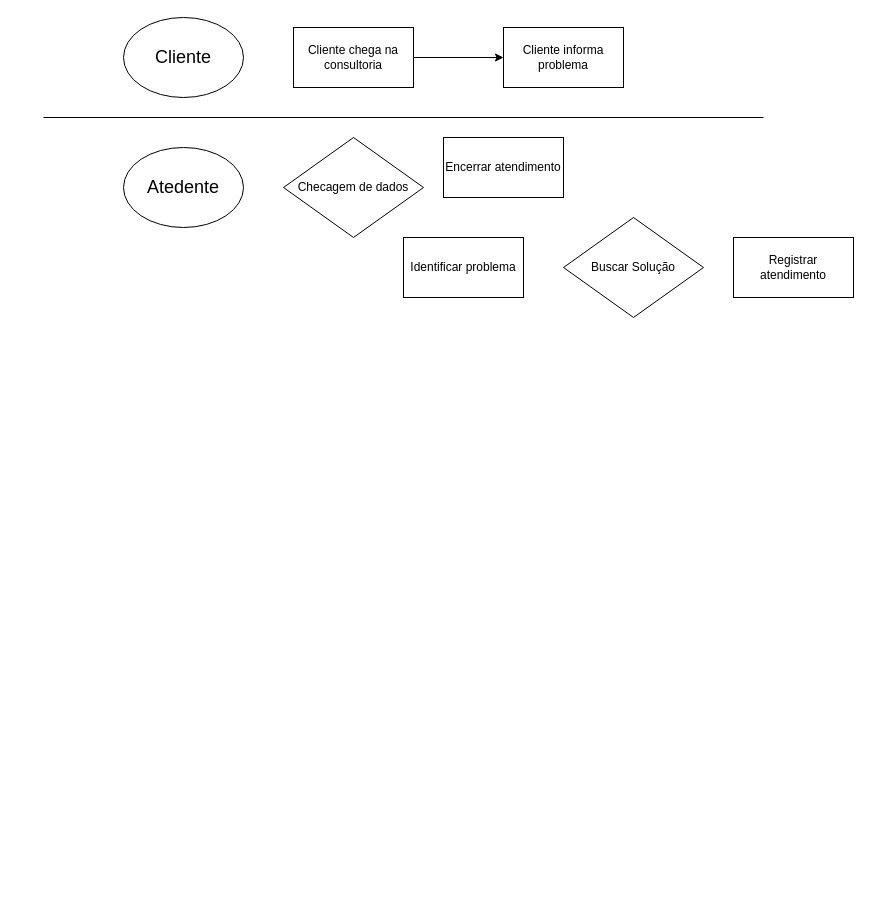
Thiago163/caneta keeps this draw.io diagram as fluxograma.drawio. Above is the earlier version. Source tidied: cells renumbered, new cells numbered last; positions are measured from the earlier drawing's top-left corner, leaving out a move shared by most shapes. Both pictures are drawn from the tidied source at 100%, with x=0, y=0 at pixel (43, 17).
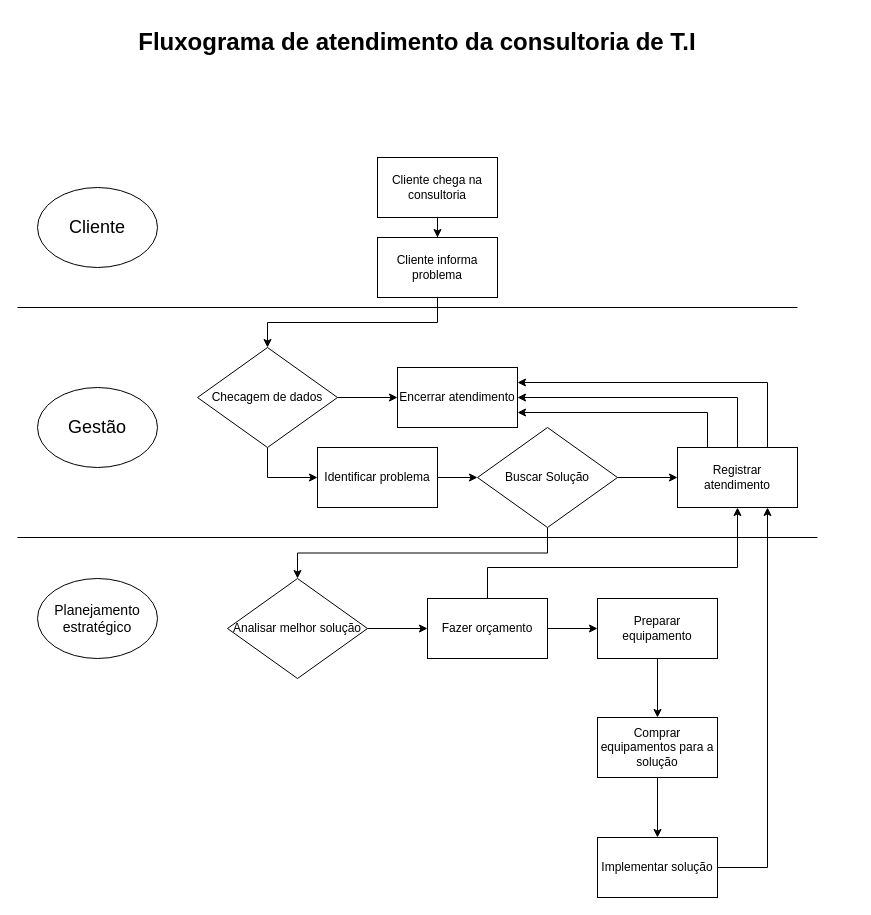
The same page after the edit.

What changed in the source:
```diff
@@
     <mxCell id="3" value="Cliente chega na consultoria" style="rounded=0;whiteSpace=wrap;html=1;" parent="1" vertex="1">
-      <mxGeometry x="250" y="10" width="120" height="60" as="geometry" />
+      <mxGeometry x="334" y="140" width="120" height="60" as="geometry" />
     </mxCell>
     <mxCell id="4" value="&lt;font style=&quot;font-size: 18px;&quot;&gt;Cliente&lt;/font&gt;" style="ellipse;whiteSpace=wrap;html=1;" parent="1" vertex="1">
-      <mxGeometry x="80" width="120" height="80" as="geometry" />
+      <mxGeometry x="-6" y="170" width="120" height="80" as="geometry" />
     </mxCell>
     <mxCell id="5" value="Cliente informa problema" style="rounded=0;whiteSpace=wrap;html=1;" parent="1" vertex="1">
-      <mxGeometry x="460" y="10" width="120" height="60" as="geometry" />
+      <mxGeometry x="334" y="220" width="120" height="60" as="geometry" />
     </mxCell>
     <mxCell id="6" style="endArrow=none;html=1;rounded=0;" parent="1" edge="1">
       <mxGeometry relative="1" as="geometry">
-        <mxPoint y="100" as="sourcePoint" />
-        <mxPoint x="720" y="100" as="targetPoint" />
+        <mxPoint x="-26" y="290" as="sourcePoint" />
+        <mxPoint x="754" y="290" as="targetPoint" />
       </mxGeometry>
     </mxCell>
-    <mxCell id="7" value="&lt;font style=&quot;font-size: 18px;&quot;&gt;Atedente&lt;/font&gt;" style="ellipse;whiteSpace=wrap;html=1;" parent="1" vertex="1">
-      <mxGeometry x="80" y="130" width="120" height="80" as="geometry" />
+    <mxCell id="7" value="&lt;span style=&quot;font-size: 18px;&quot;&gt;Gestão&lt;/span&gt;" style="ellipse;whiteSpace=wrap;html=1;" parent="1" vertex="1">
+      <mxGeometry x="-6" y="370" width="120" height="80" as="geometry" />
     </mxCell>
+    <mxCell id="13" style="edgeStyle=orthogonalEdgeStyle;rounded=0;jettySize=auto;html=1;exitX=1;exitY=0.5;exitDx=0;exitDy=0;entryX=0;entryY=0.5;entryDx=0;entryDy=0;" parent="1" edge="1" source="8" target="10">
+      <mxGeometry relative="1" as="geometry" />
+    </mxCell>
     <mxCell id="8" value="Identificar problema" style="rounded=0;whiteSpace=wrap;html=1;" parent="1" vertex="1">
-      <mxGeometry x="360" y="220" width="120" height="60" as="geometry" />
+      <mxGeometry x="274" y="430" width="120" height="60" as="geometry" />
     </mxCell>
+    <mxCell id="14" style="edgeStyle=orthogonalEdgeStyle;rounded=0;jettySize=auto;html=1;exitX=0.5;exitY=1;exitDx=0;exitDy=0;entryX=0;entryY=0.5;entryDx=0;entryDy=0;" parent="1" edge="1" source="9" target="8">
+      <mxGeometry relative="1" as="geometry" />
+    </mxCell>
+    <mxCell id="15" style="edgeStyle=orthogonalEdgeStyle;rounded=0;jettySize=auto;html=1;exitX=1;exitY=0.5;exitDx=0;exitDy=0;entryX=0;entryY=0.5;entryDx=0;entryDy=0;" parent="1" edge="1" source="9" target="12">
+      <mxGeometry relative="1" as="geometry" />
+    </mxCell>
     <mxCell id="9" value="Checagem de dados" style="rhombus;whiteSpace=wrap;html=1;" parent="1" vertex="1">
-      <mxGeometry x="240" y="120" width="140" height="100" as="geometry" />
+      <mxGeometry x="154" y="330" width="140" height="100" as="geometry" />
     </mxCell>
+    <mxCell id="16" style="edgeStyle=orthogonalEdgeStyle;rounded=0;jettySize=auto;html=1;exitX=1;exitY=0.5;exitDx=0;exitDy=0;entryX=0;entryY=0.5;entryDx=0;entryDy=0;" parent="1" edge="1" source="10" target="11">
+      <mxGeometry relative="1" as="geometry" />
+    </mxCell>
+    <mxCell id="17" style="edgeStyle=orthogonalEdgeStyle;rounded=0;jettySize=auto;html=1;exitX=0.5;exitY=1;exitDx=0;exitDy=0;" parent="1" edge="1" source="10" target="23">
+      <mxGeometry relative="1" as="geometry" />
+    </mxCell>
     <mxCell id="10" value="Buscar Solução" style="rhombus;whiteSpace=wrap;html=1;" parent="1" vertex="1">
-      <mxGeometry x="520" y="200" width="140" height="100" as="geometry" />
+      <mxGeometry x="434" y="410" width="140" height="100" as="geometry" />
     </mxCell>
+    <mxCell id="18" style="edgeStyle=orthogonalEdgeStyle;rounded=0;jettySize=auto;html=1;exitX=0.25;exitY=0;exitDx=0;exitDy=0;entryX=1;entryY=0.75;entryDx=0;entryDy=0;" parent="1" edge="1" source="11" target="12">
+      <mxGeometry relative="1" as="geometry" />
+    </mxCell>
+    <mxCell id="19" style="edgeStyle=orthogonalEdgeStyle;rounded=0;jettySize=auto;html=1;exitX=0.75;exitY=0;exitDx=0;exitDy=0;entryX=1;entryY=0.25;entryDx=0;entryDy=0;" parent="1" edge="1" source="11" target="12">
+      <mxGeometry relative="1" as="geometry" />
+    </mxCell>
+    <mxCell id="20" style="edgeStyle=orthogonalEdgeStyle;rounded=0;jettySize=auto;html=1;exitX=0.5;exitY=0;exitDx=0;exitDy=0;entryX=1;entryY=0.5;entryDx=0;entryDy=0;" parent="1" edge="1" source="11" target="12">
+      <mxGeometry relative="1" as="geometry" />
+    </mxCell>
     <mxCell id="11" value="Registrar atendimento" style="rounded=0;whiteSpace=wrap;html=1;" parent="1" vertex="1">
-      <mxGeometry x="690" y="220" width="120" height="60" as="geometry" />
+      <mxGeometry x="634" y="430" width="120" height="60" as="geometry" />
     </mxCell>
     <mxCell id="12" value="Encerrar atendimento" style="rounded=0;whiteSpace=wrap;html=1;" parent="1" vertex="1">
-      <mxGeometry x="400" y="120" width="120" height="60" as="geometry" />
+      <mxGeometry x="354" y="350" width="120" height="60" as="geometry" />
     </mxCell>
+    <mxCell id="21" style="edgeStyle=orthogonalEdgeStyle;rounded=0;jettySize=auto;html=1;exitX=0.5;exitY=1;exitDx=0;exitDy=0;entryX=0.5;entryY=0;entryDx=0;entryDy=0;" parent="1" edge="1" source="5" target="9">
+      <mxGeometry relative="1" as="geometry" />
+    </mxCell>
+    <mxCell id="22" style="edgeStyle=orthogonalEdgeStyle;rounded=0;jettySize=auto;html=1;exitX=1;exitY=0.5;exitDx=0;exitDy=0;entryX=0;entryY=0.5;entryDx=0;entryDy=0;" parent="1" edge="1" source="23" target="30">
+      <mxGeometry relative="1" as="geometry" />
+    </mxCell>
+    <mxCell id="23" value="Analisar melhor solução" style="rhombus;whiteSpace=wrap;html=1;" parent="1" vertex="1">
+      <mxGeometry x="184" y="561" width="140" height="100" as="geometry" />
+    </mxCell>
+    <mxCell id="24" style="endArrow=none;html=1;rounded=0;" parent="1" edge="1">
+      <mxGeometry relative="1" as="geometry">
+        <mxPoint x="-26" y="520" as="sourcePoint" />
+        <mxPoint x="774" y="520" as="targetPoint" />
+      </mxGeometry>
+    </mxCell>
+    <mxCell id="25" value="&lt;font style=&quot;font-size: 14px;&quot;&gt;Planejamento estratégico&lt;/font&gt;" style="ellipse;whiteSpace=wrap;html=1;" parent="1" vertex="1">
+      <mxGeometry x="-6" y="561" width="120" height="80" as="geometry" />
+    </mxCell>
+    <mxCell id="26" style="edgeStyle=orthogonalEdgeStyle;rounded=0;jettySize=auto;html=1;exitX=0.5;exitY=1;exitDx=0;exitDy=0;" parent="1" edge="1" source="27" target="34">
+      <mxGeometry relative="1" as="geometry" />
+    </mxCell>
+    <mxCell id="27" value="Preparar equipamento" style="rounded=0;whiteSpace=wrap;html=1;" parent="1" vertex="1">
+      <mxGeometry x="554" y="581" width="120" height="60" as="geometry" />
+    </mxCell>
+    <mxCell id="28" style="edgeStyle=orthogonalEdgeStyle;rounded=0;jettySize=auto;html=1;exitX=1;exitY=0.5;exitDx=0;exitDy=0;entryX=0;entryY=0.5;entryDx=0;entryDy=0;" parent="1" edge="1" source="30" target="27">
+      <mxGeometry relative="1" as="geometry" />
+    </mxCell>
+    <mxCell id="29" style="edgeStyle=orthogonalEdgeStyle;rounded=0;jettySize=auto;html=1;exitX=0.5;exitY=0;exitDx=0;exitDy=0;entryX=0.5;entryY=1;entryDx=0;entryDy=0;" parent="1" edge="1" source="30" target="11">
+      <mxGeometry relative="1" as="geometry">
+        <Array as="points">
+          <mxPoint x="444" y="550" />
+          <mxPoint x="694" y="550" />
+        </Array>
+      </mxGeometry>
+    </mxCell>
+    <mxCell id="30" value="Fazer orçamento" style="rounded=0;whiteSpace=wrap;html=1;" parent="1" vertex="1">
+      <mxGeometry x="384" y="581" width="120" height="60" as="geometry" />
+    </mxCell>
+    <mxCell id="31" style="edgeStyle=orthogonalEdgeStyle;rounded=0;jettySize=auto;html=1;exitX=1;exitY=0.5;exitDx=0;exitDy=0;entryX=0.75;entryY=1;entryDx=0;entryDy=0;" parent="1" edge="1" source="32" target="11">
+      <mxGeometry relative="1" as="geometry" />
+    </mxCell>
+    <mxCell id="32" value="Implementar solução" style="rounded=0;whiteSpace=wrap;html=1;" parent="1" vertex="1">
+      <mxGeometry x="554" y="820" width="120" height="60" as="geometry" />
+    </mxCell>
+    <mxCell id="33" style="edgeStyle=orthogonalEdgeStyle;rounded=0;jettySize=auto;html=1;exitX=0.5;exitY=1;exitDx=0;exitDy=0;entryX=0.5;entryY=0;entryDx=0;entryDy=0;" parent="1" edge="1" source="34" target="32">
+      <mxGeometry relative="1" as="geometry" />
+    </mxCell>
+    <mxCell id="34" value="Comprar equipamentos para a solução" style="rounded=0;whiteSpace=wrap;html=1;" parent="1" vertex="1">
+      <mxGeometry x="554" y="700" width="120" height="60" as="geometry" />
+    </mxCell>
+    <mxCell id="35" value="&lt;b&gt;&lt;font style=&quot;font-size: 24px;&quot;&gt;Fluxograma de atendimento da consultoria de T.I&lt;/font&gt;&lt;/b&gt;" style="text;html=1;align=center;verticalAlign=middle;whiteSpace=wrap;rounded=0;" parent="1" vertex="1">
+      <mxGeometry x="81" y="10" width="586" height="30" as="geometry" />
+    </mxCell>
```
